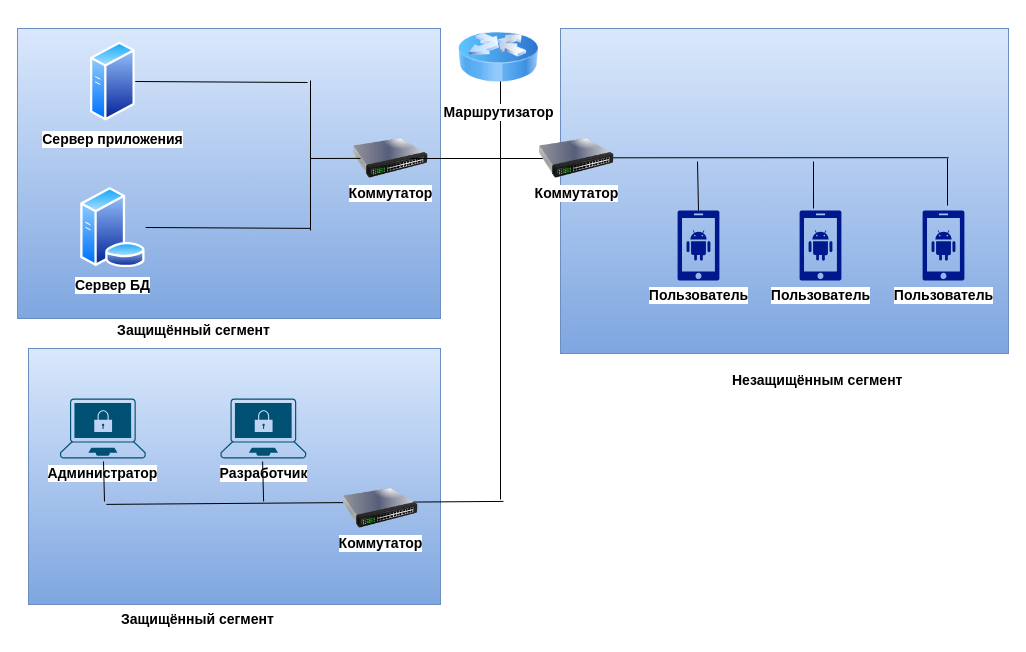
Earlier version of the draw.io diagram Схема расположения компонентов ИС.drawio (oussamanech/Git01). Source tidied: cells renumbered, new cells numbered last; positions are measured from the earlier drawing's top-left corner, leaving out a move shared by most shapes. Both pictures are drawn from the tidied source at 100%, with x=0, y=0 at pixel (17, 17).
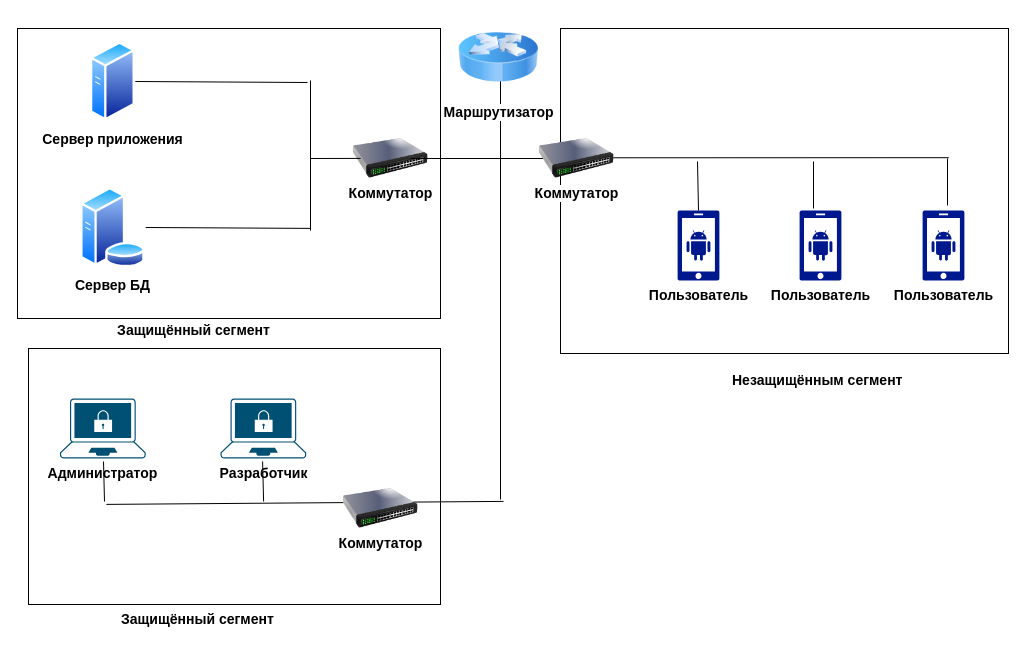
Above is the later version.

What changed in the source:
```diff
@@
-    <mxCell id="2" style="rounded=0;whiteSpace=wrap;html=1;sketch=0;strokeColor=#6c8ebf;fillColor=#dae8fc;gradientColor=#7ea6e0;fontColor=#000000;fontSize=14;labelBackgroundColor=default;fontStyle=1;" parent="1" vertex="1">
+    <mxCell id="2" style="rounded=0;whiteSpace=wrap;html=1;sketch=0;fontSize=14;labelBackgroundColor=default;fontStyle=1;" parent="1" vertex="1">
       <mxGeometry x="543" y="11" width="448" height="325" as="geometry" />
     </mxCell>
-    <mxCell id="3" style="rounded=0;whiteSpace=wrap;html=1;sketch=0;strokeColor=#6c8ebf;fillColor=#dae8fc;gradientColor=#7ea6e0;fontColor=#000000;fontSize=14;labelBackgroundColor=default;fontStyle=1;" parent="1" vertex="1">
+    <mxCell id="3" style="rounded=0;whiteSpace=wrap;html=1;sketch=0;fontSize=14;labelBackgroundColor=default;fontStyle=1;" parent="1" vertex="1">
       <mxGeometry y="11" width="423" height="290" as="geometry" />
     </mxCell>
@@
-    <mxCell id="10" style="rounded=0;whiteSpace=wrap;html=1;sketch=0;strokeColor=#6c8ebf;fillColor=#dae8fc;gradientColor=#7ea6e0;fontColor=#000000;fontSize=14;labelBackgroundColor=default;fontStyle=1;" parent="1" vertex="1">
+    <mxCell id="10" style="rounded=0;whiteSpace=wrap;html=1;sketch=0;fontSize=14;labelBackgroundColor=default;fontStyle=1;" parent="1" vertex="1">
       <mxGeometry x="11" y="331" width="412" height="256" as="geometry" />
     </mxCell>
```
